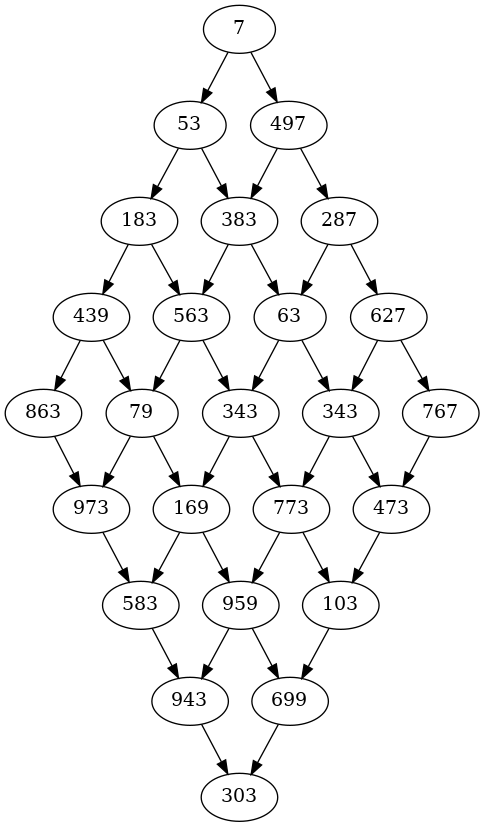
This is graph.png from flaww1/dsa, a Graphviz export, as it was before one commit. Its source is kept beside it as graph.dot.
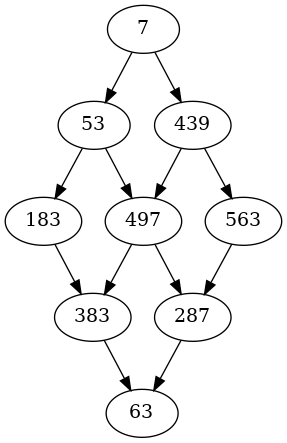
The same diagram one commit later.

The edit, as a diff of the source:
```diff
@@ -1,67 +1,23 @@
 digraph G {
 0 [label="7"];
 0 -> 1;
-0 -> 5;
+0 -> 3;
 1 [label="53"];
 1 -> 2;
-1 -> 6;
+1 -> 4;
 2 [label="183"];
-2 -> 3;
-2 -> 7;
-3 [label="439"];
+2 -> 5;
+3 [label="497"];
 3 -> 4;
-3 -> 8;
-4 [label="863"];
-4 -> 9;
-5 [label="497"];
-5 -> 6;
-5 -> 10;
-6 [label="383"];
+3 -> 6;
+4 [label="383"];
+4 -> 5;
+4 -> 7;
+5 [label="563"];
+5 -> 8;
+6 [label="287"];
 6 -> 7;
-6 -> 11;
-7 [label="563"];
+7 [label="63"];
 7 -> 8;
-7 -> 12;
-8 [label="79"];
-8 -> 9;
-8 -> 13;
-9 [label="973"];
-9 -> 14;
-10 [label="287"];
-10 -> 11;
-10 -> 15;
-11 [label="63"];
-11 -> 12;
-11 -> 16;
-12 [label="343"];
-12 -> 13;
-12 -> 17;
-13 [label="169"];
-13 -> 14;
-13 -> 18;
-14 [label="583"];
-14 -> 19;
-15 [label="627"];
-15 -> 16;
-15 -> 20;
-16 [label="343"];
-16 -> 17;
-16 -> 21;
-17 [label="773"];
-17 -> 18;
-17 -> 22;
-18 [label="959"];
-18 -> 19;
-18 -> 23;
-19 [label="943"];
-19 -> 24;
-20 [label="767"];
-20 -> 21;
-21 [label="473"];
-21 -> 22;
-22 [label="103"];
-22 -> 23;
-23 [label="699"];
-23 -> 24;
-24 [label="303"];
+8 [label="343"];
 }
```
